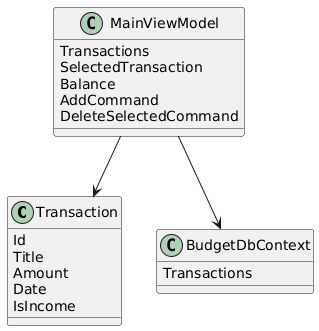
Above: docs/uml/classdiagram.png in mila25-25/BudgetManager (PlantUML), before the change.
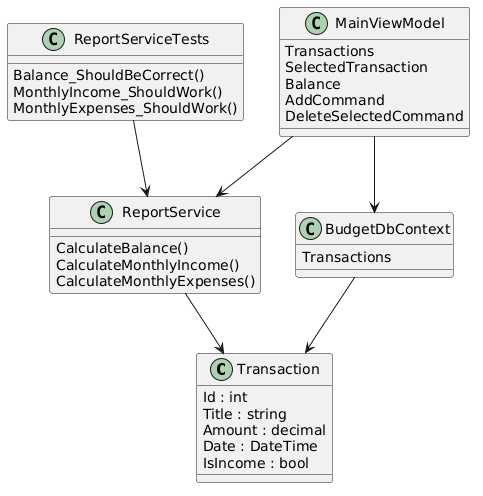
The same file after the commit.

Diff of the diagram source:
```diff
@@ -1,10 +1,18 @@
 @startuml
+skinparam classAttributeIconSize 0
+
 class Transaction {
-  Id
-  Title
-  Amount
-  Date
-  IsIncome
+  Id : int
+  Title : string
+  Amount : decimal
+  Date : DateTime
+  IsIncome : bool
+}
+
+class ReportService {
+  CalculateBalance()
+  CalculateMonthlyIncome()
+  CalculateMonthlyExpenses()
 }
 
 class MainViewModel {
@@ -19,6 +27,15 @@
   Transactions
 }
 
-MainViewModel --> Transaction
+class ReportServiceTests {
+  Balance_ShouldBeCorrect()
+  MonthlyIncome_ShouldWork()
+  MonthlyExpenses_ShouldWork()
+}
+
+MainViewModel --> ReportService
 MainViewModel --> BudgetDbContext
+BudgetDbContext --> Transaction
+ReportService --> Transaction
+ReportServiceTests --> ReportService
 @enduml
```
